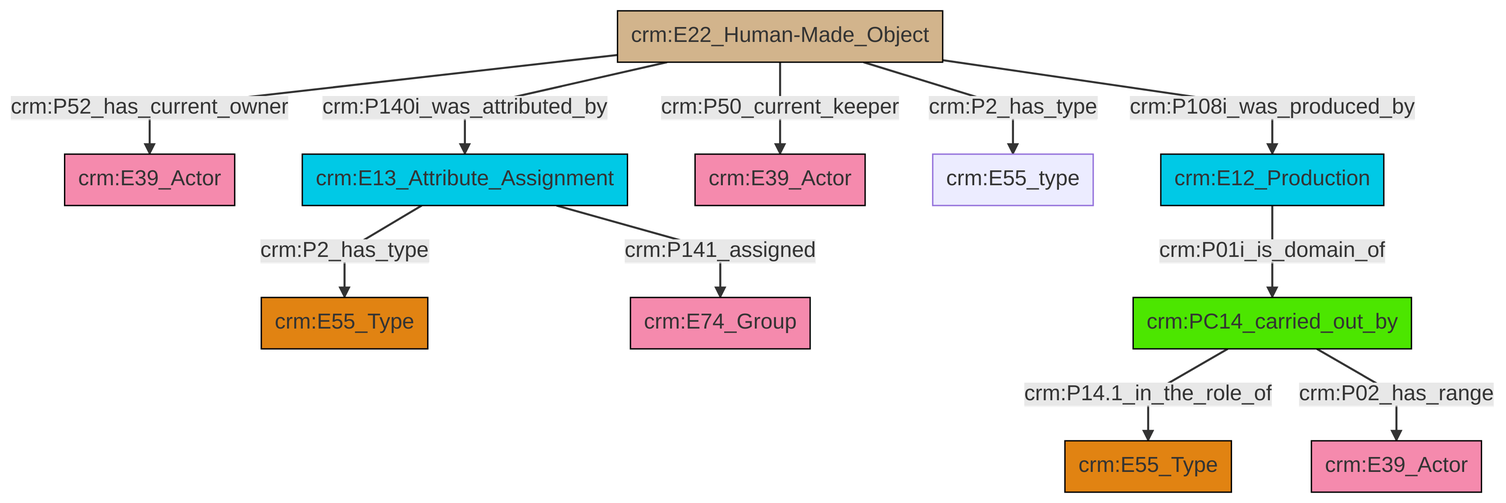
This is et/artworkCSV/ttl/mmd/png/Artwork_Actor_Relations.png from swiss-art-research-net/reference-data-models, a Mermaid export, as it was before one commit. Its source is kept beside it as et/artworkCSV/ttl/mmd/Artwork_Actor_Relations.ttl.mmd.
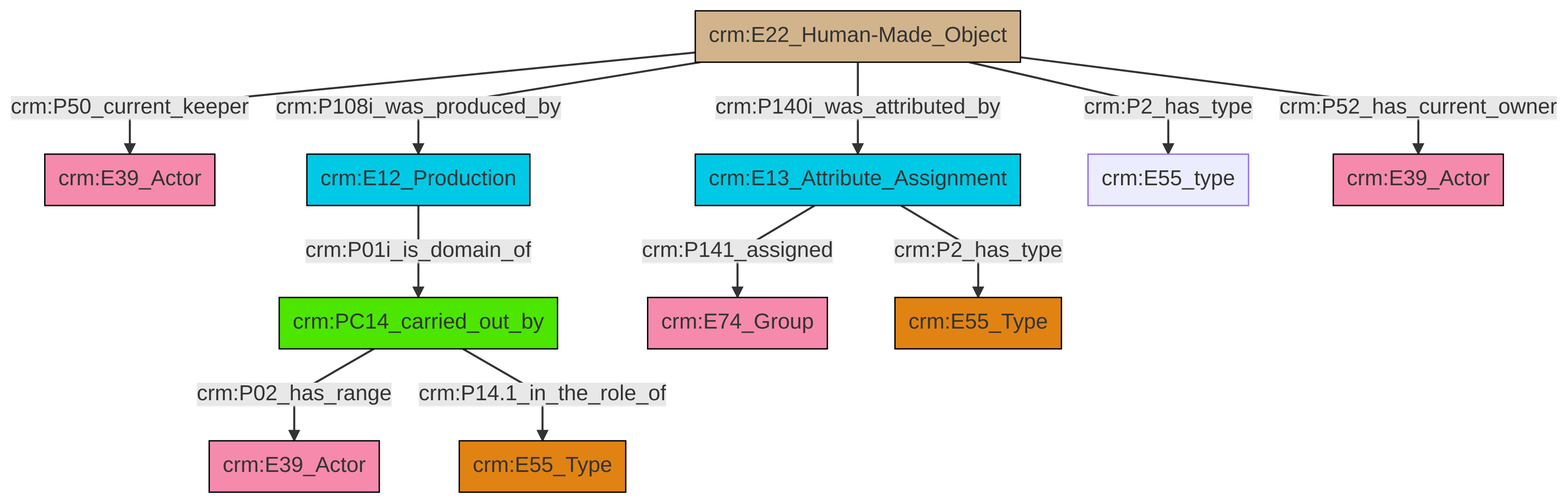
After the change.

The edit, as a diff of the source:
```diff
@@ -13,13 +13,13 @@
 classDef PC_Classes fill:#4ce600, stroke:#000000;
 classDef Multi fill:#cccccc,stroke:#000000;
 
-0["crm:E22_Human-Made_Object"]:::Physical_Thing -->|crm:P52_has_current_owner| 1["crm:E39_Actor"]:::Actor
-2["crm:E13_Attribute_Assignment"]:::Temporal_Entity -->|crm:P2_has_type| 6["crm:E55_Type"]:::Type
-0["crm:E22_Human-Made_Object"]:::Physical_Thing -->|crm:P2_has_type| 10["crm:E55_type"]:::Default
+8["crm:E13_Attribute_Assignment"]:::Temporal_Entity -->|crm:P141_assigned| 9["crm:E74_Group"]:::Actor
+2["crm:PC14_carried_out_by"]:::PC_Classes -->|crm:P02_has_range| 10["crm:E39_Actor"]:::Actor
+0["crm:E22_Human-Made_Object"]:::Physical_Thing -->|crm:P2_has_type| 11["crm:E55_type"]:::Default
+0["crm:E22_Human-Made_Object"]:::Physical_Thing -->|crm:P140i_was_attributed_by| 8["crm:E13_Attribute_Assignment"]:::Temporal_Entity
+2["crm:PC14_carried_out_by"]:::PC_Classes -->|crm:P14.1_in_the_role_of| 17["crm:E55_Type"]:::Type
+0["crm:E22_Human-Made_Object"]:::Physical_Thing -->|crm:P108i_was_produced_by| 6["crm:E12_Production"]:::Temporal_Entity
 0["crm:E22_Human-Made_Object"]:::Physical_Thing -->|crm:P50_current_keeper| 4["crm:E39_Actor"]:::Actor
-13["crm:PC14_carried_out_by"]:::PC_Classes -->|crm:P14.1_in_the_role_of| 15["crm:E55_Type"]:::Type
-0["crm:E22_Human-Made_Object"]:::Physical_Thing -->|crm:P140i_was_attributed_by| 2["crm:E13_Attribute_Assignment"]:::Temporal_Entity
-11["crm:E12_Production"]:::Temporal_Entity -->|crm:P01i_is_domain_of| 13["crm:PC14_carried_out_by"]:::PC_Classes
-13["crm:PC14_carried_out_by"]:::PC_Classes -->|crm:P02_has_range| 18["crm:E39_Actor"]:::Actor
-0["crm:E22_Human-Made_Object"]:::Physical_Thing -->|crm:P108i_was_produced_by| 11["crm:E12_Production"]:::Temporal_Entity
-2["crm:E13_Attribute_Assignment"]:::Temporal_Entity -->|crm:P141_assigned| 7["crm:E74_Group"]:::Actor
+0["crm:E22_Human-Made_Object"]:::Physical_Thing -->|crm:P52_has_current_owner| 12["crm:E39_Actor"]:::Actor
+6["crm:E12_Production"]:::Temporal_Entity -->|crm:P01i_is_domain_of| 2["crm:PC14_carried_out_by"]:::PC_Classes
+8["crm:E13_Attribute_Assignment"]:::Temporal_Entity -->|crm:P2_has_type| 14["crm:E55_Type"]:::Type
```
